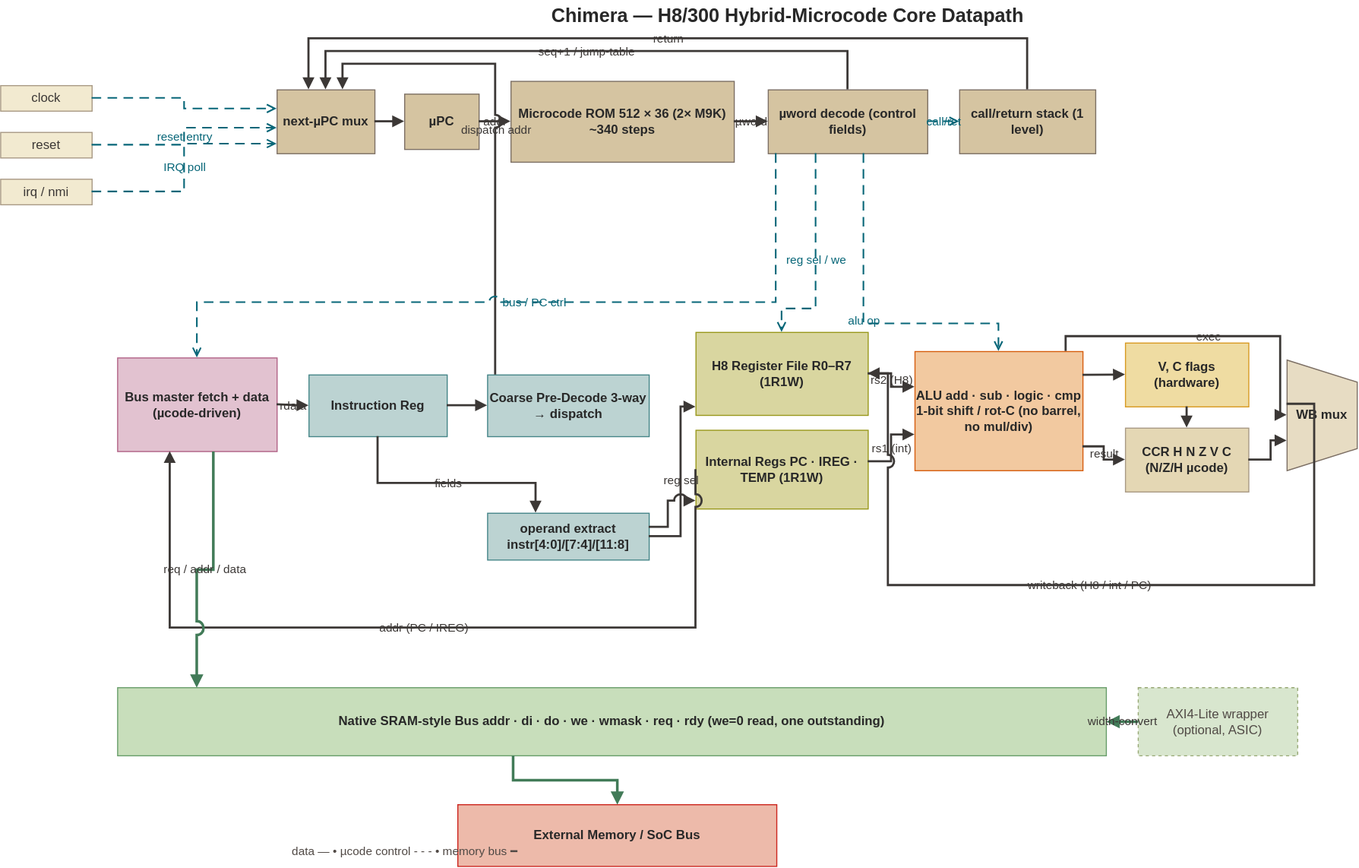
Above: doc/diagrams/datapath.drawio.svg in rgwan/chimera (draw.io), before the change. Source tidied: cells renumbered, new cells last; positions are measured from the earlier drawing's top-left corner, leaving out a move shared by most shapes.
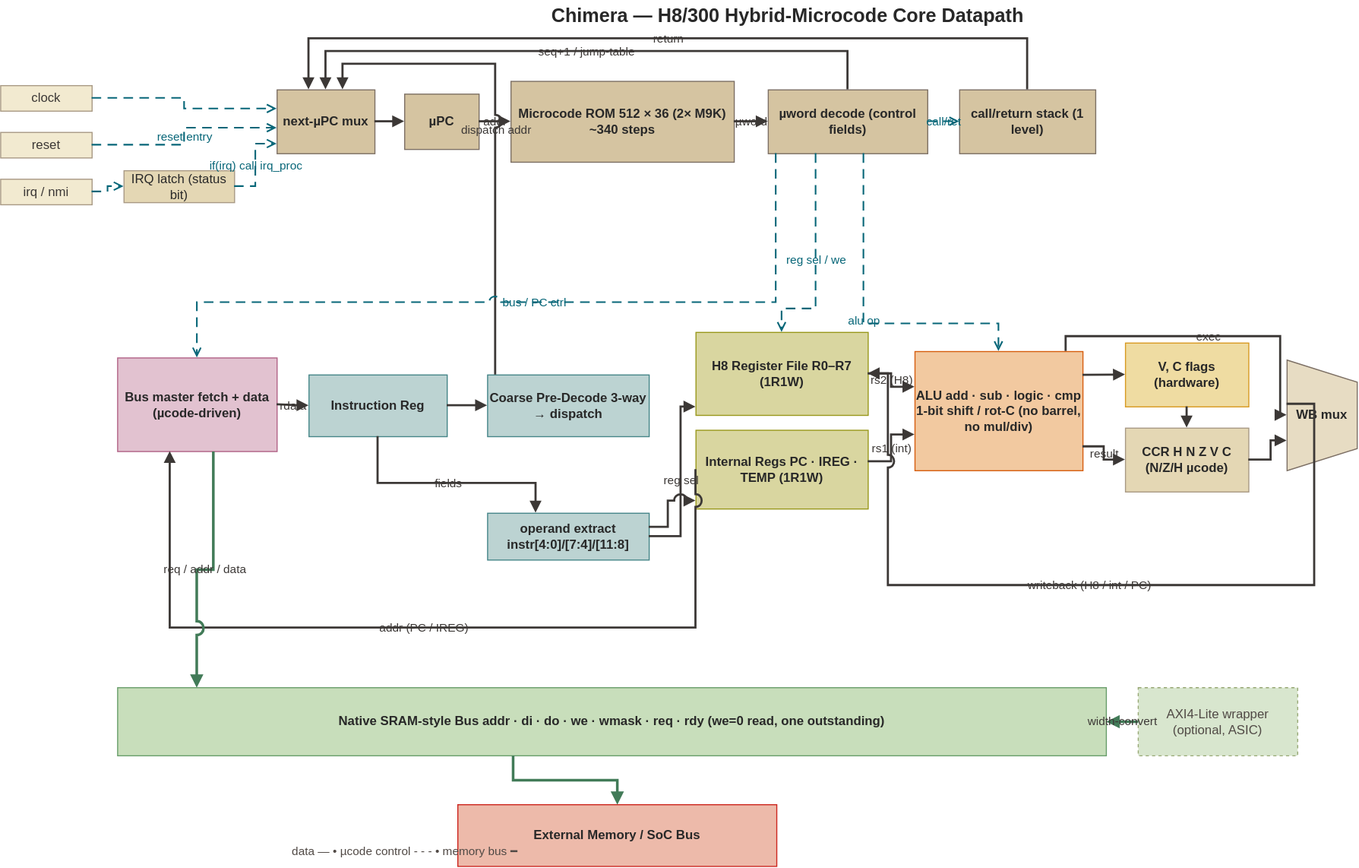
After the change.

Commit message:
docs: show irq as a latched status bit with if(irq) call irq_proc

Interrupts reach the microsequencer only through a microcode conditional
call, not a hardware next-uPC steer; diagram and spec updated to match.

Change to the diagram source:
```diff
@@ -68,6 +68,9 @@
     <mxCell id="23" value="irq / nmi" style="rounded=0;whiteSpace=wrap;html=1;fillColor=#f2ead0;strokeColor=#a89984;fontColor=#3c3836; fontSize=10;fontStyle=0;" parent="1" vertex="1">
       <mxGeometry y="168" width="86" height="24" as="geometry" />
     </mxCell>
+    <mxCell id="55" value="IRQ latch (status bit)" style="rounded=0;whiteSpace=wrap;html=1;fillColor=#e4d7b4;strokeColor=#a89984;fontColor=#282828; fontSize=9;fontStyle=0;" parent="1" vertex="1">
+      <mxGeometry x="116" y="160" width="104" height="30" as="geometry" />
+    </mxCell>
     <mxCell id="24" style="edgeStyle=orthogonalEdgeStyle;rounded=0;html=1;endArrow=block;endFill=1;strokeWidth=2;strokeColor=#3c3836;fontColor=#3c3836;jumpStyle=arc;jumpSize=10;labelBackgroundColor=none;exitX=1;exitY=0.5;exitDx=0;exitDy=0;entryX=0;entryY=0.5;entryDx=0;entryDy=0;" parent="1" edge="1" source="3" target="4">
       <mxGeometry relative="1" as="geometry" />
     </mxCell>
@@ -221,9 +224,12 @@
     <mxCell id="52" value="reset entry" style="edgeStyle=orthogonalEdgeStyle;rounded=0;html=1;endArrow=open;endFill=0;strokeWidth=1.5;strokeColor=#076678;dashed=1;dashPattern=6 4;fontColor=#076678;jumpStyle=arc;jumpSize=10;labelBackgroundColor=none;exitX=1;exitY=0.5;exitDx=0;exitDy=0;entryX=0;entryY=0.6;entryDx=0;entryDy=0;" parent="1" edge="1" source="22" target="3">
       <mxGeometry relative="1" as="geometry" />
     </mxCell>
-    <mxCell id="53" value="IRQ poll" style="edgeStyle=orthogonalEdgeStyle;rounded=0;html=1;endArrow=open;endFill=0;strokeWidth=1.5;strokeColor=#076678;dashed=1;dashPattern=6 4;fontColor=#076678;jumpStyle=arc;jumpSize=10;labelBackgroundColor=none;exitX=1;exitY=0.5;exitDx=0;exitDy=0;entryX=0;entryY=0.85;entryDx=0;entryDy=0;" parent="1" edge="1" source="23" target="3">
+    <mxCell id="53" style="edgeStyle=orthogonalEdgeStyle;rounded=0;html=1;endArrow=open;endFill=0;strokeWidth=1.5;strokeColor=#076678;dashed=1;dashPattern=6 4;fontColor=#076678;jumpStyle=arc;jumpSize=10;labelBackgroundColor=none;exitX=1;exitY=0.5;exitDx=0;exitDy=0;entryX=0;entryY=0.5;entryDx=0;entryDy=0;" parent="1" edge="1" source="23" target="55">
       <mxGeometry relative="1" as="geometry" />
     </mxCell>
+    <mxCell id="56" value="if(irq) call irq_proc" style="edgeStyle=orthogonalEdgeStyle;rounded=0;html=1;endArrow=open;endFill=0;strokeWidth=1.5;strokeColor=#076678;dashed=1;dashPattern=6 4;fontColor=#076678;jumpStyle=arc;jumpSize=10;labelBackgroundColor=none;exitX=1;exitY=0.5;exitDx=0;exitDy=0;entryX=0;entryY=0.85;entryDx=0;entryDy=0;" parent="1" edge="1" source="55" target="3">
+      <mxGeometry relative="1" as="geometry" />
+    </mxCell>
     <mxCell id="54" value="data —   •   µcode control - - -   •   memory bus ━" style="text;html=1;align=center;verticalAlign=middle;fontSize=11;fontStyle=0;fontColor=#504945;labelBackgroundColor=none;fillColor=none;" parent="1" vertex="1">
       <mxGeometry x="30" y="790" width="700" height="20" as="geometry" />
     </mxCell>
```
